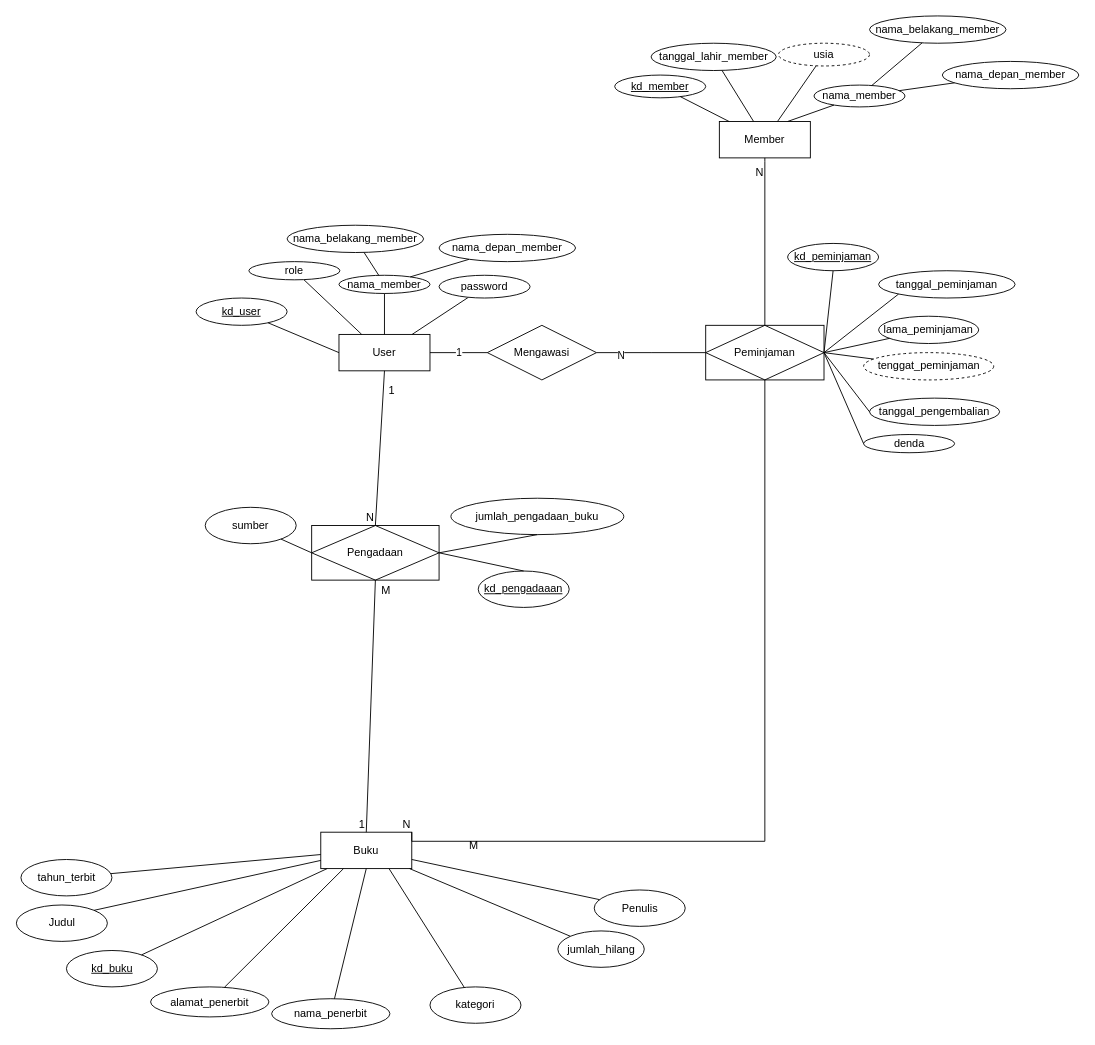
Above: page "ERD" (1 of 3) of design/Design.drawio in gitar14/qt-books-quick (draw.io), before the change. Source tidied: cells renumbered, new cells numbered last; positions are measured from the earlier drawing's top-left corner, leaving out a move shared by most shapes. Both pictures are drawn from the tidied source at 91%, with x=0, y=0 at pixel (15, 15).
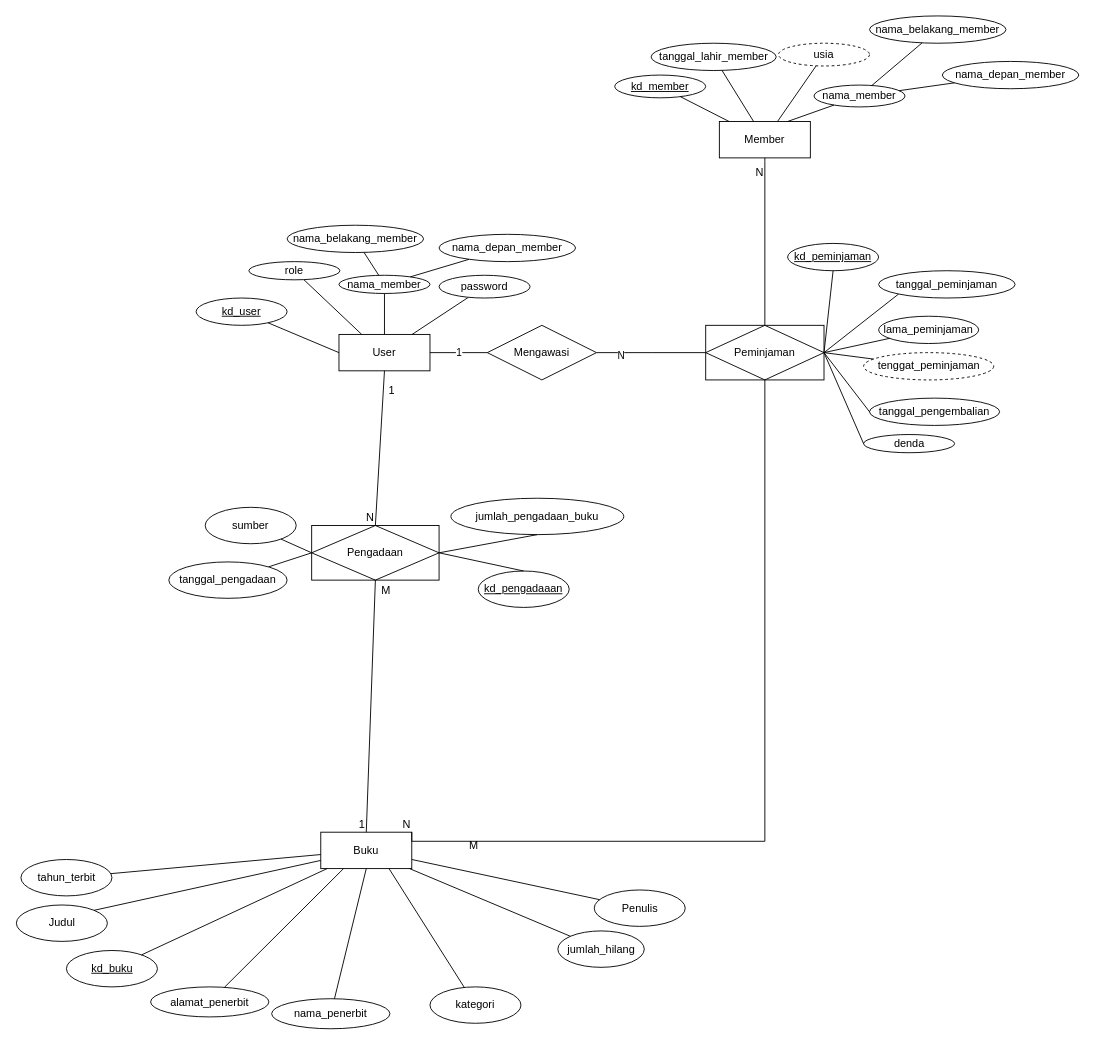
After the change.

Unchanged cells that the change refers to:
```xml
<mxCell id="35" value="Pengadaan" style="shape=associativeEntity;whiteSpace=wrap;html=1;align=center;" parent="1" vertex="1">
  <mxGeometry x="325" y="560" width="140" height="60" as="geometry" />
</mxCell>
```

Change to the diagram source:
```diff
@@
+    <mxCell id="81" style="edgeStyle=none;html=1;entryX=0;entryY=0.5;entryDx=0;entryDy=0;endArrow=none;endFill=0;" parent="1" edge="1" source="82" target="35">
+      <mxGeometry relative="1" as="geometry" />
+    </mxCell>
+    <mxCell id="82" value="tanggal_pengadaan" style="ellipse;whiteSpace=wrap;html=1;align=center;" parent="1" vertex="1">
+      <mxGeometry x="168" y="600" width="130" height="40" as="geometry" />
+    </mxCell>
```
